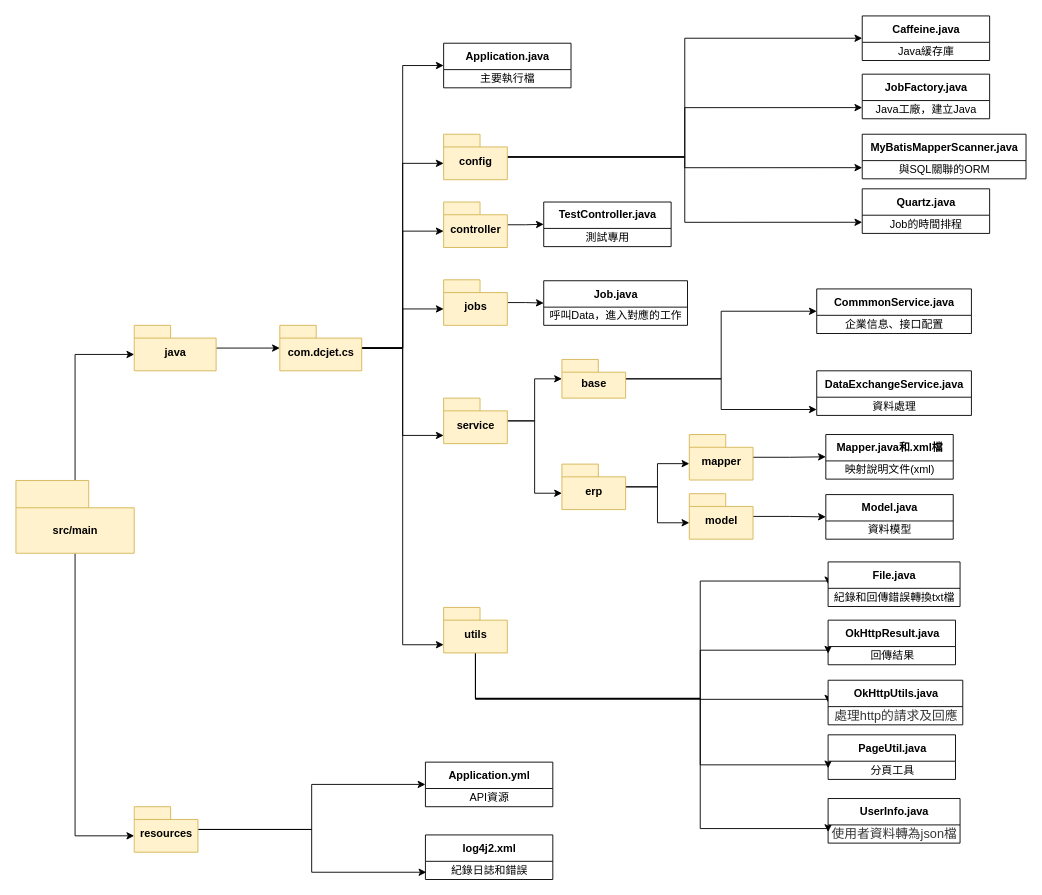
milk588093/homework keeps this draw.io diagram as Untitled Diagram.drawio. Above is the earlier version. Source tidied: cells renumbered, new cells numbered last; positions are measured from the earlier drawing's top-left corner, leaving out a move shared by most shapes. Both pictures are drawn from the tidied source at 91%, with x=0, y=0 at pixel (15, 15).
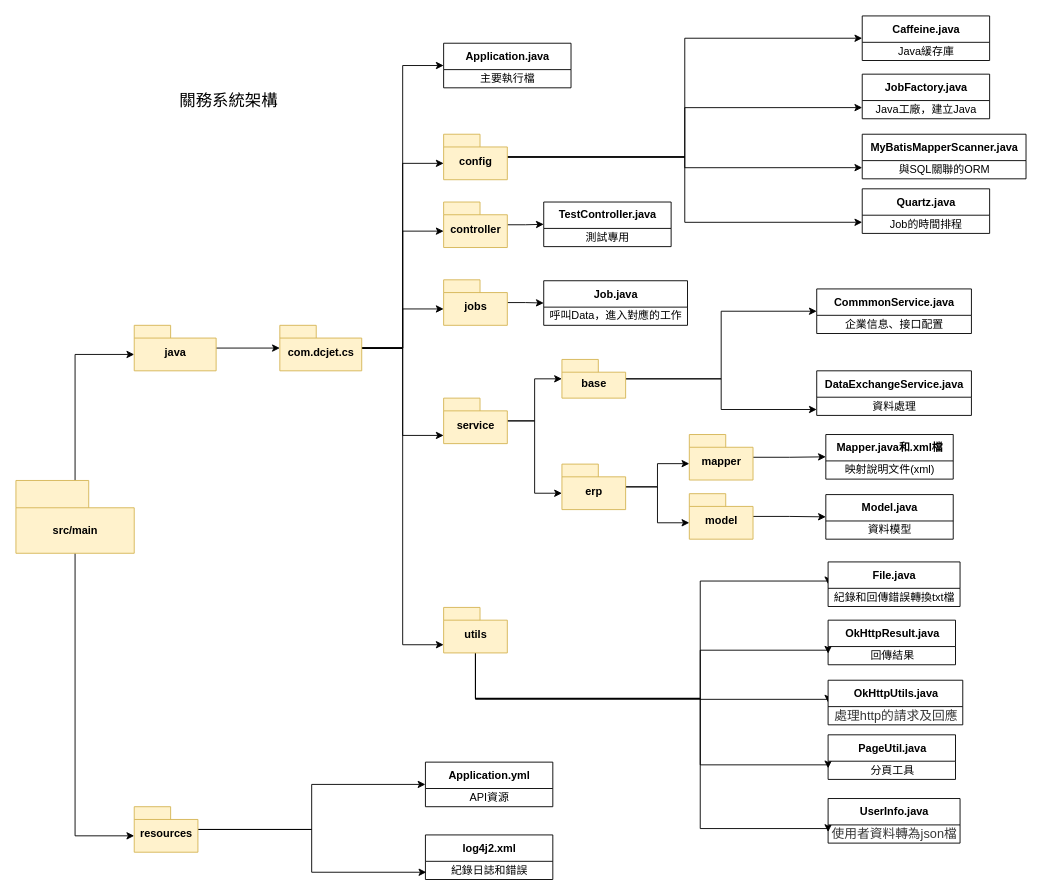
The same page after the edit.

The edit, as a diff of the source:
```diff
@@
+    <mxCell id="81" value="&lt;font style=&quot;font-size: 18px&quot;&gt;關務系統架構&lt;/font&gt;" style="text;html=1;strokeColor=none;fillColor=none;align=center;verticalAlign=middle;whiteSpace=wrap;rounded=0;" parent="1" vertex="1">
+      <mxGeometry x="161" y="73" width="146" height="40" as="geometry" />
+    </mxCell>
```
